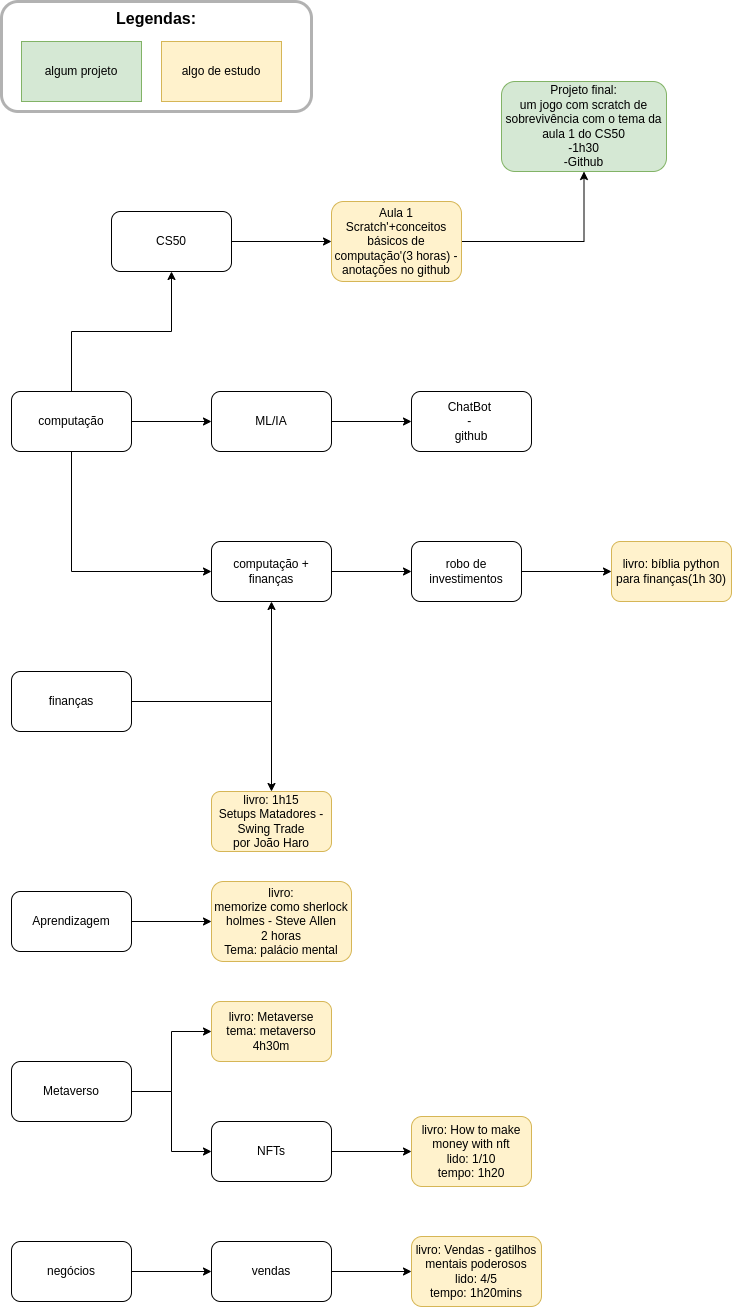
gu-nog/my-studies keeps this draw.io diagram as mystudies.drawio.png. Above is the earlier version. Source tidied: cells renumbered, new cells last; positions are measured from the earlier drawing's top-left corner, leaving out a move shared by most shapes.
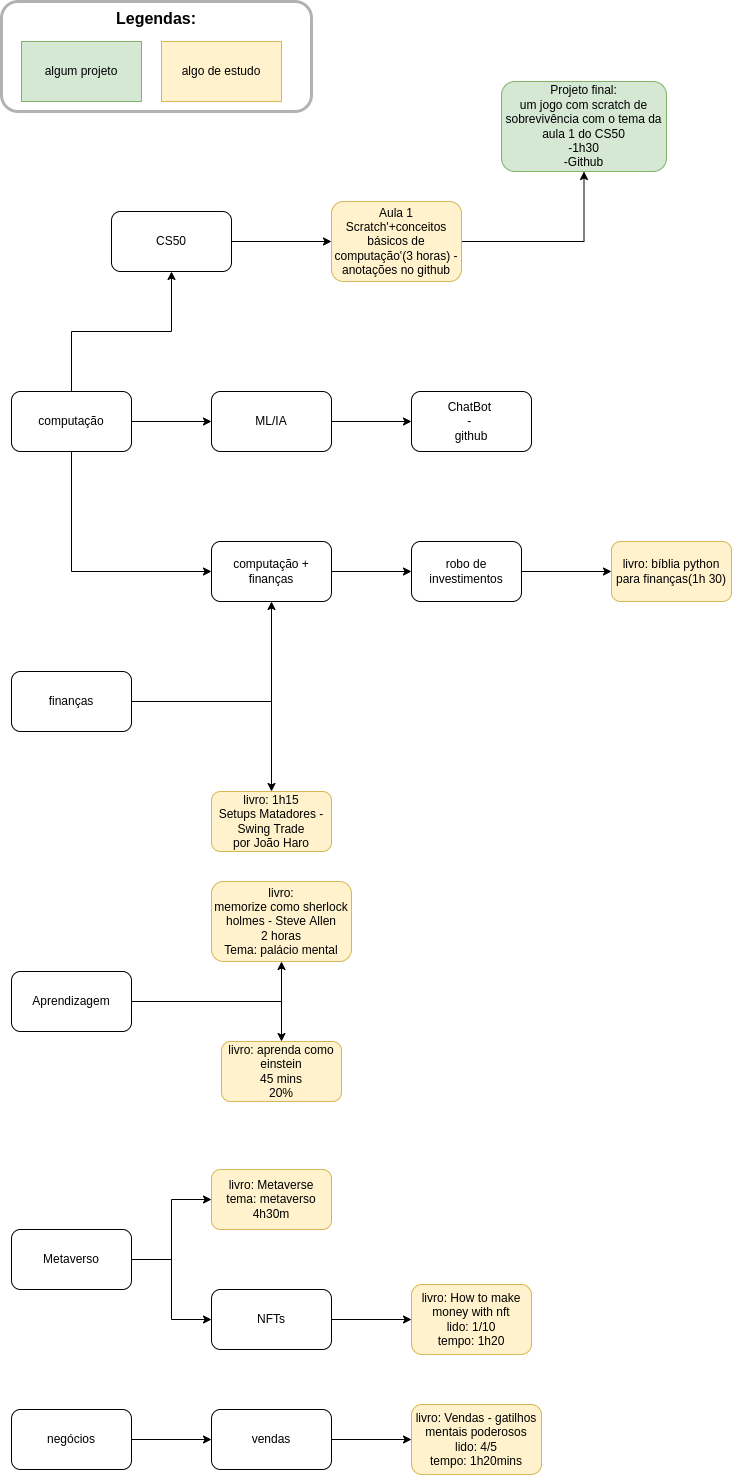
The same file after the commit.

What changed in the source:
```diff
@@ -69,8 +69,11 @@
     <mxCell id="22" style="edgeStyle=orthogonalEdgeStyle;rounded=0;jettySize=auto;html=1;" parent="1" edge="1" source="23" target="24">
       <mxGeometry relative="1" as="geometry" />
     </mxCell>
+    <mxCell id="41" style="edgeStyle=orthogonalEdgeStyle;rounded=0;jettySize=auto;html=1;" parent="1" edge="1" source="23" target="42">
+      <mxGeometry relative="1" as="geometry" />
+    </mxCell>
     <mxCell id="23" value="Aprendizagem" style="rounded=1;whiteSpace=wrap;html=1;" parent="1" vertex="1">
-      <mxGeometry x="10" y="890" width="120" height="60" as="geometry" />
+      <mxGeometry x="10" y="970" width="120" height="60" as="geometry" />
     </mxCell>
     <mxCell id="24" value="livro:&lt;br&gt;memorize como sherlock holmes - Steve Allen&lt;br&gt;2 horas&lt;br&gt;Tema: palácio mental" style="whiteSpace=wrap;html=1;rounded=1;fillColor=#fff2cc;strokeColor=#d6b656;" parent="1" vertex="1">
       <mxGeometry x="210" y="880" width="140" height="80" as="geometry" />
@@ -91,42 +94,45 @@
       <mxGeometry relative="1" as="geometry" />
     </mxCell>
     <mxCell id="30" value="Metaverso" style="rounded=1;whiteSpace=wrap;html=1;" parent="1" vertex="1">
-      <mxGeometry x="10" y="1060" width="120" height="60" as="geometry" />
+      <mxGeometry x="10" y="1228" width="120" height="60" as="geometry" />
     </mxCell>
     <mxCell id="31" value="livro: Metaverse&lt;br&gt;tema: metaverso&lt;br&gt;4h30m" style="whiteSpace=wrap;html=1;rounded=1;fillColor=#fff2cc;strokeColor=#d6b656;" parent="1" vertex="1">
-      <mxGeometry x="210" y="1000" width="120" height="60" as="geometry" />
+      <mxGeometry x="210" y="1168" width="120" height="60" as="geometry" />
     </mxCell>
     <mxCell id="32" style="edgeStyle=orthogonalEdgeStyle;rounded=0;jettySize=auto;html=1;" parent="1" edge="1" source="33" target="35">
       <mxGeometry relative="1" as="geometry" />
     </mxCell>
     <mxCell id="33" value="negócios" style="rounded=1;whiteSpace=wrap;html=1;" parent="1" vertex="1">
-      <mxGeometry x="10" y="1240" width="120" height="60" as="geometry" />
+      <mxGeometry x="10" y="1408" width="120" height="60" as="geometry" />
     </mxCell>
     <mxCell id="34" style="edgeStyle=orthogonalEdgeStyle;rounded=0;jettySize=auto;html=1;" parent="1" edge="1" source="35" target="36">
       <mxGeometry relative="1" as="geometry" />
     </mxCell>
     <mxCell id="35" value="vendas" style="whiteSpace=wrap;html=1;rounded=1;" parent="1" vertex="1">
-      <mxGeometry x="210" y="1240" width="120" height="60" as="geometry" />
+      <mxGeometry x="210" y="1408" width="120" height="60" as="geometry" />
     </mxCell>
     <mxCell id="36" value="livro: Vendas - gatilhos mentais poderosos&lt;br&gt;lido: 4/5&lt;br&gt;tempo: 1h20mins" style="whiteSpace=wrap;html=1;rounded=1;fillColor=#fff2cc;strokeColor=#d6b656;" parent="1" vertex="1">
-      <mxGeometry x="410" y="1235" width="130" height="70" as="geometry" />
+      <mxGeometry x="410" y="1403" width="130" height="70" as="geometry" />
     </mxCell>
     <mxCell id="37" style="edgeStyle=orthogonalEdgeStyle;rounded=0;jettySize=auto;html=1;" parent="1" edge="1" source="38" target="40">
       <mxGeometry relative="1" as="geometry" />
     </mxCell>
     <mxCell id="38" value="NFTs" style="rounded=1;whiteSpace=wrap;html=1;" parent="1" vertex="1">
-      <mxGeometry x="210" y="1120" width="120" height="60" as="geometry" />
+      <mxGeometry x="210" y="1288" width="120" height="60" as="geometry" />
     </mxCell>
     <mxCell id="39" style="endArrow=classic;html=1;rounded=0;exitX=1;exitY=0.5;exitDx=0;exitDy=0;entryX=0;entryY=0.5;entryDx=0;entryDy=0;" parent="1" edge="1" source="30" target="38">
       <mxGeometry relative="1" as="geometry">
         <Array as="points">
-          <mxPoint x="170" y="1090" />
-          <mxPoint x="170" y="1150" />
+          <mxPoint x="170" y="1258" />
+          <mxPoint x="170" y="1318" />
         </Array>
       </mxGeometry>
     </mxCell>
     <mxCell id="40" value="livro: How to make money with nft&lt;br&gt;lido: 1/10&lt;br&gt;tempo: 1h20" style="rounded=1;whiteSpace=wrap;html=1;fillColor=#fff2cc;strokeColor=#d6b656;" parent="1" vertex="1">
-      <mxGeometry x="410" y="1115" width="120" height="70" as="geometry" />
+      <mxGeometry x="410" y="1283" width="120" height="70" as="geometry" />
     </mxCell>
+    <mxCell id="42" value="livro: aprenda como einstein&lt;br&gt;45 mins&lt;br&gt;20%" style="whiteSpace=wrap;html=1;rounded=1;fillColor=#fff2cc;strokeColor=#d6b656;" parent="1" vertex="1">
+      <mxGeometry x="220" y="1040" width="120" height="60" as="geometry" />
+    </mxCell>
   </root>
 </mxGraphModel>
```
